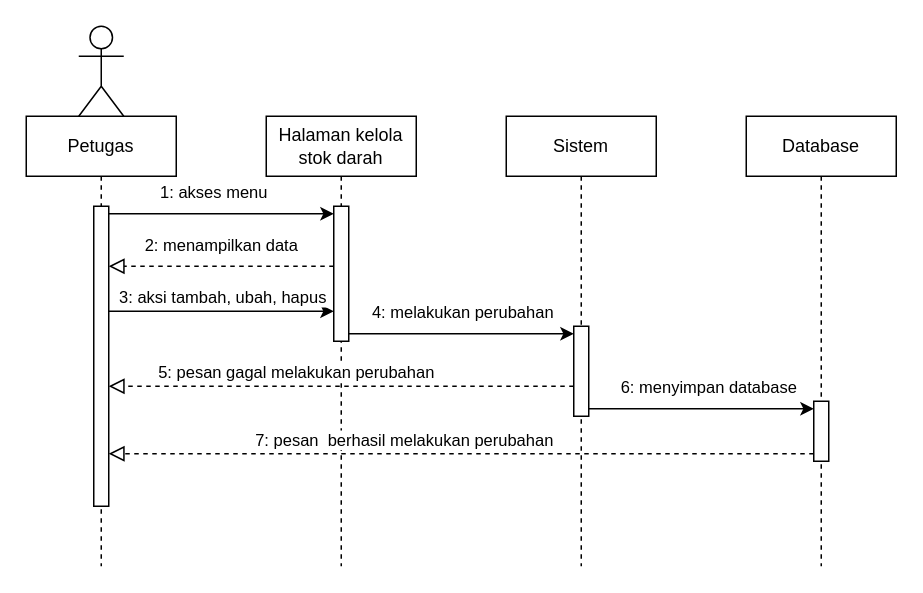
Before: page "sequence-kelola-stok-darah" (5 of 13) of Untitled Diagram.drawio in afdikomayte/UDD-PMI-blood-donation-service, a draw.io diagram. Source tidied: cells renumbered, new cells numbered last; positions are measured from the earlier drawing's top-left corner, leaving out a move shared by most shapes. Both pictures are drawn from the tidied source at 150%, with x=0, y=0 at pixel (26, 26).
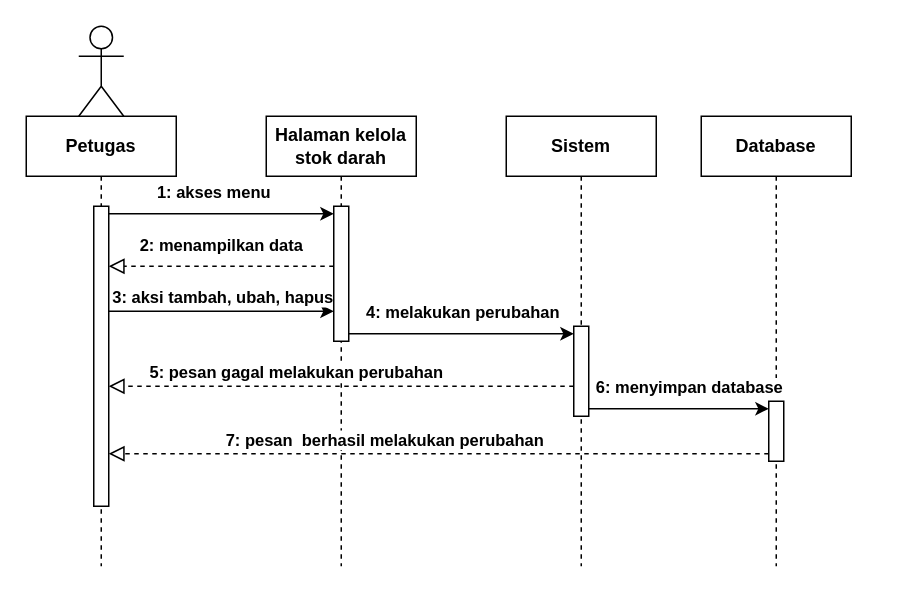
After the change.

What changed in the source:
```diff
@@
-    <mxCell id="2" value="Halaman kelola stok darah" style="shape=umlLifeline;perimeter=lifelinePerimeter;whiteSpace=wrap;html=1;newEdgeStyle={&quot;edgeStyle&quot;:&quot;elbowEdgeStyle&quot;,&quot;elbow&quot;:&quot;vertical&quot;,&quot;curved&quot;:0,&quot;rounded&quot;:0};" parent="1" vertex="1">
+    <mxCell id="2" value="Halaman kelola stok darah" style="shape=umlLifeline;perimeter=lifelinePerimeter;whiteSpace=wrap;html=1;newEdgeStyle={&quot;edgeStyle&quot;:&quot;elbowEdgeStyle&quot;,&quot;elbow&quot;:&quot;vertical&quot;,&quot;curved&quot;:0,&quot;rounded&quot;:0};fontStyle=1;" parent="1" vertex="1">
       <mxGeometry x="160" y="60" width="100" height="300" as="geometry" />
     </mxCell>
-    <mxCell id="3" style="html=1;points=[[0,0,0,0,5],[0,1,0,0,-5],[1,0,0,0,5],[1,1,0,0,-5]];perimeter=orthogonalPerimeter;outlineConnect=0;targetShapes=umlLifeline;portConstraint=eastwest;newEdgeStyle={&quot;curved&quot;:0,&quot;rounded&quot;:0};fillColor=#FFFFFF;strokeColor=#000000;" parent="2" vertex="1">
+    <mxCell id="3" style="html=1;points=[[0,0,0,0,5],[0,1,0,0,-5],[1,0,0,0,5],[1,1,0,0,-5]];perimeter=orthogonalPerimeter;outlineConnect=0;targetShapes=umlLifeline;portConstraint=eastwest;newEdgeStyle={&quot;curved&quot;:0,&quot;rounded&quot;:0};fillColor=#FFFFFF;strokeColor=#000000;fontStyle=1;" parent="2" vertex="1">
       <mxGeometry x="45" y="60" width="10" height="90" as="geometry" />
     </mxCell>
-    <mxCell id="4" value="Petugas" style="shape=umlLifeline;perimeter=lifelinePerimeter;whiteSpace=wrap;html=1;newEdgeStyle={&quot;edgeStyle&quot;:&quot;elbowEdgeStyle&quot;,&quot;elbow&quot;:&quot;vertical&quot;,&quot;curved&quot;:0,&quot;rounded&quot;:0};" parent="1" vertex="1">
+    <mxCell id="4" value="Petugas" style="shape=umlLifeline;perimeter=lifelinePerimeter;whiteSpace=wrap;html=1;newEdgeStyle={&quot;edgeStyle&quot;:&quot;elbowEdgeStyle&quot;,&quot;elbow&quot;:&quot;vertical&quot;,&quot;curved&quot;:0,&quot;rounded&quot;:0};fontStyle=1;" parent="1" vertex="1">
       <mxGeometry y="60" width="100" height="300" as="geometry" />
     </mxCell>
-    <mxCell id="5" style="html=1;points=[[0,0,0,0,5],[0,1,0,0,-5],[1,0,0,0,5],[1,1,0,0,-5]];perimeter=orthogonalPerimeter;outlineConnect=0;targetShapes=umlLifeline;portConstraint=eastwest;newEdgeStyle={&quot;curved&quot;:0,&quot;rounded&quot;:0};" parent="4" vertex="1">
+    <mxCell id="5" style="html=1;points=[[0,0,0,0,5],[0,1,0,0,-5],[1,0,0,0,5],[1,1,0,0,-5]];perimeter=orthogonalPerimeter;outlineConnect=0;targetShapes=umlLifeline;portConstraint=eastwest;newEdgeStyle={&quot;curved&quot;:0,&quot;rounded&quot;:0};fontStyle=1;" parent="4" vertex="1">
       <mxGeometry x="45" y="60" width="10" height="200" as="geometry" />
     </mxCell>
-    <mxCell id="6" value="Database" style="shape=umlLifeline;perimeter=lifelinePerimeter;whiteSpace=wrap;html=1;newEdgeStyle={&quot;edgeStyle&quot;:&quot;elbowEdgeStyle&quot;,&quot;elbow&quot;:&quot;vertical&quot;,&quot;curved&quot;:0,&quot;rounded&quot;:0};" parent="1" vertex="1">
-      <mxGeometry x="480" y="60" width="100" height="300" as="geometry" />
+    <mxCell id="6" value="Database" style="shape=umlLifeline;perimeter=lifelinePerimeter;whiteSpace=wrap;html=1;newEdgeStyle={&quot;edgeStyle&quot;:&quot;elbowEdgeStyle&quot;,&quot;elbow&quot;:&quot;vertical&quot;,&quot;curved&quot;:0,&quot;rounded&quot;:0};fontStyle=1;" parent="1" vertex="1">
+      <mxGeometry x="450" y="60" width="100" height="300" as="geometry" />
     </mxCell>
-    <mxCell id="7" style="html=1;points=[[0,0,0,0,5],[0,1,0,0,-5],[1,0,0,0,5],[1,1,0,0,-5]];perimeter=orthogonalPerimeter;outlineConnect=0;targetShapes=umlLifeline;portConstraint=eastwest;newEdgeStyle={&quot;curved&quot;:0,&quot;rounded&quot;:0};fillColor=#FFFFFF;" parent="6" vertex="1">
+    <mxCell id="7" style="html=1;points=[[0,0,0,0,5],[0,1,0,0,-5],[1,0,0,0,5],[1,1,0,0,-5]];perimeter=orthogonalPerimeter;outlineConnect=0;targetShapes=umlLifeline;portConstraint=eastwest;newEdgeStyle={&quot;curved&quot;:0,&quot;rounded&quot;:0};fillColor=#FFFFFF;fontStyle=1;" parent="6" vertex="1">
       <mxGeometry x="45" y="190" width="10" height="40" as="geometry" />
     </mxCell>
-    <mxCell id="8" value="Sistem" style="shape=umlLifeline;perimeter=lifelinePerimeter;whiteSpace=wrap;html=1;newEdgeStyle={&quot;edgeStyle&quot;:&quot;elbowEdgeStyle&quot;,&quot;elbow&quot;:&quot;vertical&quot;,&quot;curved&quot;:0,&quot;rounded&quot;:0};" parent="1" vertex="1">
+    <mxCell id="8" value="Sistem" style="shape=umlLifeline;perimeter=lifelinePerimeter;whiteSpace=wrap;html=1;newEdgeStyle={&quot;edgeStyle&quot;:&quot;elbowEdgeStyle&quot;,&quot;elbow&quot;:&quot;vertical&quot;,&quot;curved&quot;:0,&quot;rounded&quot;:0};fontStyle=1;" parent="1" vertex="1">
       <mxGeometry x="320" y="60" width="100" height="300" as="geometry" />
     </mxCell>
-    <mxCell id="9" style="html=1;points=[[0,0,0,0,5],[0,1,0,0,-5],[1,0,0,0,5],[1,1,0,0,-5]];perimeter=orthogonalPerimeter;outlineConnect=0;targetShapes=umlLifeline;portConstraint=eastwest;newEdgeStyle={&quot;curved&quot;:0,&quot;rounded&quot;:0};" parent="8" vertex="1">
+    <mxCell id="9" style="html=1;points=[[0,0,0,0,5],[0,1,0,0,-5],[1,0,0,0,5],[1,1,0,0,-5]];perimeter=orthogonalPerimeter;outlineConnect=0;targetShapes=umlLifeline;portConstraint=eastwest;newEdgeStyle={&quot;curved&quot;:0,&quot;rounded&quot;:0};fontStyle=1;" parent="8" vertex="1">
       <mxGeometry x="45" y="140" width="10" height="60" as="geometry" />
     </mxCell>
-    <mxCell id="10" style="edgeStyle=orthogonalEdgeStyle;rounded=0;jettySize=auto;html=1;curved=0;exitX=1;exitY=0;exitDx=0;exitDy=5;exitPerimeter=0;entryX=0;entryY=0;entryDx=0;entryDy=5;entryPerimeter=0;" parent="1" edge="1" source="5" target="3">
+    <mxCell id="10" style="edgeStyle=orthogonalEdgeStyle;rounded=0;jettySize=auto;html=1;curved=0;exitX=1;exitY=0;exitDx=0;exitDy=5;exitPerimeter=0;entryX=0;entryY=0;entryDx=0;entryDy=5;entryPerimeter=0;fontStyle=1;" parent="1" edge="1" source="5" target="3">
       <mxGeometry relative="1" as="geometry" />
     </mxCell>
-    <mxCell id="11" value="1: akses menu" style="edgeLabel;html=1;align=center;verticalAlign=middle;" parent="10" vertex="1">
+    <mxCell id="11" value="1: akses menu" style="edgeLabel;html=1;align=center;verticalAlign=middle;fontStyle=1;" parent="10" vertex="1">
       <mxGeometry x="-0.08" y="1" relative="1" as="geometry">
         <mxPoint y="-14" as="offset" />
       </mxGeometry>
     </mxCell>
-    <mxCell id="12" style="endArrow=block;startArrow=none;endFill=0;startFill=0;endSize=8;html=1;verticalAlign=bottom;dashed=1;labelBackgroundColor=none;rounded=0;" parent="1" edge="1" source="3" target="5">
+    <mxCell id="12" style="endArrow=block;startArrow=none;endFill=0;startFill=0;endSize=8;html=1;verticalAlign=bottom;dashed=1;labelBackgroundColor=none;rounded=0;fontStyle=1;" parent="1" edge="1" source="3" target="5">
       <mxGeometry relative="1" as="geometry">
         <Array as="points">
           <mxPoint x="190" y="160" />
           <mxPoint x="120" y="160" />
         </Array>
       </mxGeometry>
     </mxCell>
-    <mxCell id="13" value="2: menampilkan data" style="edgeLabel;html=1;align=center;verticalAlign=middle;" parent="12" vertex="1">
+    <mxCell id="13" value="2: menampilkan data" style="edgeLabel;html=1;align=center;verticalAlign=middle;fontStyle=1;" parent="12" vertex="1">
       <mxGeometry x="0.1" y="-4" relative="1" as="geometry">
         <mxPoint x="7" y="-11" as="offset" />
       </mxGeometry>
     </mxCell>
-    <mxCell id="14" style="edgeStyle=orthogonalEdgeStyle;rounded=0;jettySize=auto;html=1;curved=0;" parent="1" edge="1" source="5">
+    <mxCell id="14" style="edgeStyle=orthogonalEdgeStyle;rounded=0;jettySize=auto;html=1;curved=0;fontStyle=1;" parent="1" edge="1" source="5">
       <mxGeometry relative="1" as="geometry">
         <mxPoint x="205" y="190" as="targetPoint" />
         <Array as="points">
           <mxPoint x="170" y="190" />
           <mxPoint x="170" y="190" />
         </Array>
       </mxGeometry>
     </mxCell>
-    <mxCell id="15" value="3: aksi tambah, ubah, hapus" style="edgeLabel;html=1;align=center;verticalAlign=middle;" parent="14" vertex="1">
+    <mxCell id="15" value="3: aksi tambah, ubah, hapus" style="edgeLabel;html=1;align=center;verticalAlign=middle;fontStyle=1;" parent="14" vertex="1">
       <mxGeometry x="-0.08" y="1" relative="1" as="geometry">
         <mxPoint x="6" y="-9" as="offset" />
       </mxGeometry>
     </mxCell>
-    <mxCell id="16" style="edgeStyle=orthogonalEdgeStyle;rounded=0;jettySize=auto;html=1;curved=0;exitX=1;exitY=1;exitDx=0;exitDy=-5;exitPerimeter=0;" parent="1" edge="1" source="9" target="7">
+    <mxCell id="16" style="edgeStyle=orthogonalEdgeStyle;rounded=0;jettySize=auto;html=1;curved=0;exitX=1;exitY=1;exitDx=0;exitDy=-5;exitPerimeter=0;fontStyle=1;" parent="1" edge="1" source="9" target="7">
       <mxGeometry relative="1" as="geometry">
         <Array as="points">
           <mxPoint x="450" y="255" />
           <mxPoint x="450" y="255" />
         </Array>
       </mxGeometry>
     </mxCell>
-    <mxCell id="17" value="6: menyimpan database" style="edgeLabel;html=1;align=center;verticalAlign=middle;" parent="16" vertex="1">
+    <mxCell id="17" value="6: menyimpan database" style="edgeLabel;html=1;align=center;verticalAlign=middle;fontStyle=1;" parent="16" vertex="1">
       <mxGeometry x="-0.09" y="1" relative="1" as="geometry">
         <mxPoint x="11" y="-14" as="offset" />
       </mxGeometry>
     </mxCell>
-    <mxCell id="18" style="shape=umlActor;verticalLabelPosition=bottom;verticalAlign=top;html=1;" parent="1" vertex="1">
+    <mxCell id="18" style="shape=umlActor;verticalLabelPosition=bottom;verticalAlign=top;html=1;fontStyle=1;" parent="1" vertex="1">
       <mxGeometry x="35" width="30" height="60" as="geometry" />
     </mxCell>
-    <mxCell id="19" style="edgeStyle=orthogonalEdgeStyle;rounded=0;jettySize=auto;html=1;curved=0;exitX=1;exitY=1;exitDx=0;exitDy=-5;exitPerimeter=0;entryX=0;entryY=0;entryDx=0;entryDy=5;entryPerimeter=0;" parent="1" edge="1" source="3" target="9">
+    <mxCell id="19" style="edgeStyle=orthogonalEdgeStyle;rounded=0;jettySize=auto;html=1;curved=0;exitX=1;exitY=1;exitDx=0;exitDy=-5;exitPerimeter=0;entryX=0;entryY=0;entryDx=0;entryDy=5;entryPerimeter=0;fontStyle=1;" parent="1" edge="1" source="3" target="9">
       <mxGeometry relative="1" as="geometry" />
     </mxCell>
-    <mxCell id="20" value="4: melakukan perubahan" style="edgeLabel;html=1;align=center;verticalAlign=middle;" parent="19" vertex="1">
+    <mxCell id="20" value="4: melakukan perubahan" style="edgeLabel;html=1;align=center;verticalAlign=middle;fontStyle=1;" parent="19" vertex="1">
       <mxGeometry x="0.02" relative="1" as="geometry">
         <mxPoint x="-2" y="-15" as="offset" />
       </mxGeometry>
     </mxCell>
-    <mxCell id="21" style="endArrow=block;startArrow=none;endFill=0;startFill=0;endSize=8;html=1;verticalAlign=bottom;dashed=1;labelBackgroundColor=none;rounded=0;" parent="1" edge="1" source="9" target="5">
+    <mxCell id="21" style="endArrow=block;startArrow=none;endFill=0;startFill=0;endSize=8;html=1;verticalAlign=bottom;dashed=1;labelBackgroundColor=none;rounded=0;fontStyle=1;" parent="1" edge="1" source="9" target="5">
       <mxGeometry relative="1" as="geometry">
         <Array as="points">
           <mxPoint x="195" y="240" />
           <mxPoint x="125" y="240" />
         </Array>
       </mxGeometry>
     </mxCell>
-    <mxCell id="22" value="5: pesan gagal melakukan perubahan" style="edgeLabel;html=1;align=center;verticalAlign=middle;" parent="21" vertex="1">
+    <mxCell id="22" value="5: pesan gagal melakukan perubahan" style="edgeLabel;html=1;align=center;verticalAlign=middle;fontStyle=1;" parent="21" vertex="1">
       <mxGeometry x="0.1" y="-4" relative="1" as="geometry">
         <mxPoint x="-15" y="-6" as="offset" />
       </mxGeometry>
     </mxCell>
-    <mxCell id="23" style="endArrow=block;startArrow=none;endFill=0;startFill=0;endSize=8;html=1;verticalAlign=bottom;dashed=1;labelBackgroundColor=none;rounded=0;exitX=0;exitY=1;exitDx=0;exitDy=-5;exitPerimeter=0;" parent="1" edge="1" source="7" target="5">
+    <mxCell id="23" style="endArrow=block;startArrow=none;endFill=0;startFill=0;endSize=8;html=1;verticalAlign=bottom;dashed=1;labelBackgroundColor=none;rounded=0;exitX=0;exitY=1;exitDx=0;exitDy=-5;exitPerimeter=0;fontStyle=1;" parent="1" edge="1" source="7" target="5">
       <mxGeometry relative="1" as="geometry">
         <Array as="points">
           <mxPoint x="205" y="285" />
           <mxPoint x="130" y="285" />
         </Array>
       </mxGeometry>
     </mxCell>
-    <mxCell id="24" value="7: pesan&amp;nbsp; berhasil melakukan perubahan" style="edgeLabel;html=1;align=center;verticalAlign=middle;" parent="23" vertex="1">
+    <mxCell id="24" value="7: pesan&amp;nbsp; berhasil melakukan perubahan" style="edgeLabel;html=1;align=center;verticalAlign=middle;fontStyle=1;" parent="23" vertex="1">
       <mxGeometry x="0.1" y="-4" relative="1" as="geometry">
         <mxPoint x="-15" y="-6" as="offset" />
       </mxGeometry>
     </mxCell>
```
